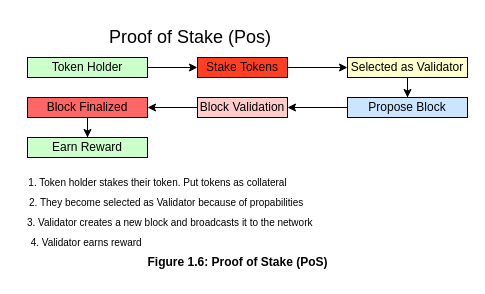
Before: ProofOfStake.drawio in SifisoMzansi/architecture-diagrams, a draw.io diagram. Source tidied: cells renumbered, new cells numbered last; positions are measured from the earlier drawing's top-left corner, leaving out a move shared by most shapes. Both pictures are drawn from the tidied source at 100%, with x=0, y=0 at pixel (17, 17).
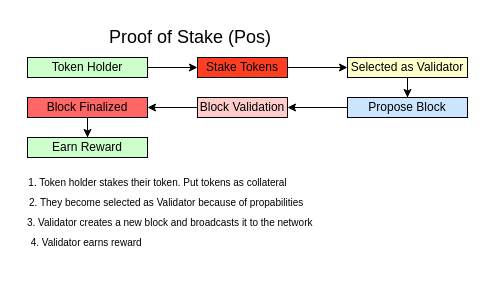
Above is the later version.

What changed in the source:
```diff
@@
-    <mxCell id="20" value="&lt;b&gt;Figure 1.6: Proof of Stake (PoS)&lt;/b&gt;" style="text;html=1;align=center;verticalAlign=middle;strokeColor=none;fillColor=none;" parent="1" vertex="1">
-      <mxGeometry x="120" y="230" width="200" height="30" as="geometry" />
-    </mxCell>
```
